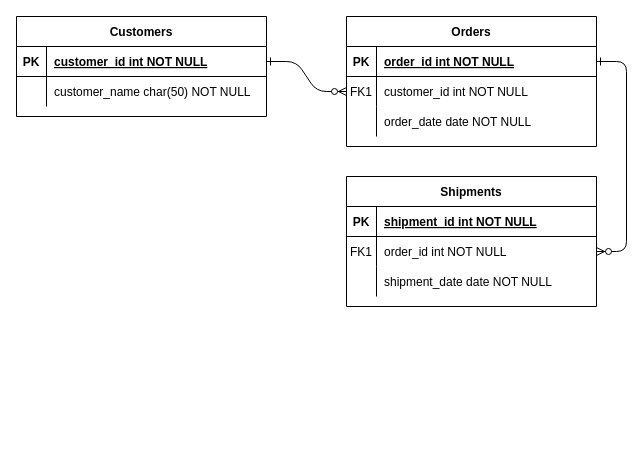
Above: 프로젝트 ERD.drawio in minyou2675/AWS_BigData_Contest (draw.io), before the change. Source tidied: cells renumbered, new cells numbered last; positions are measured from the earlier drawing's top-left corner, leaving out a move shared by most shapes. Both pictures are drawn from the tidied source at 100%, with x=0, y=0 at pixel (16, 16).
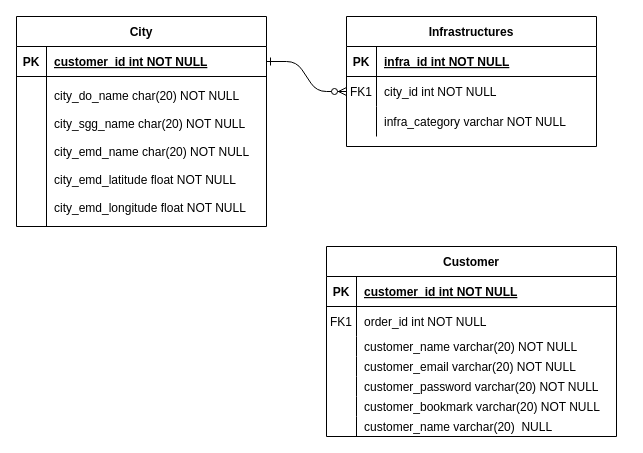
The same diagram, later.

Commit message:
프로젝트 ERD.drawio 업데이트

The change refers to these unchanged cells:
```xml
<mxCell id="5" style="shape=partialRectangle;fillColor=none;points=[[0,0.5],[1,0.5]];portConstraint=eastwest;top=0;left=0;right=0;bottom=1;" parent="4" vertex="1">
  <mxGeometry y="30" width="250" height="30" as="geometry" />
</mxCell>
<mxCell id="8" style="shape=partialRectangle;fillColor=none;points=[[0,0.5],[1,0.5]];portConstraint=eastwest;top=0;left=0;right=0;bottom=0;" parent="4" vertex="1">
  <mxGeometry y="60" width="250" height="30" as="geometry" />
</mxCell>
<mxCell id="11" style="shape=partialRectangle;fillColor=none;top=0;left=0;right=0;bottom=0;" parent="4" vertex="1">
  <mxGeometry y="90" width="250" height="30" as="geometry" />
</mxCell>
```

The edit, as a diff of the source:
```diff
@@
-    <mxCell id="3" style="edgeStyle=entityRelationEdgeStyle;endArrow=ERzeroToMany;startArrow=ERone;endFill=1;startFill=0;" parent="1" edge="1" source="5" target="18">
-      <mxGeometry relative="1" as="geometry" />
-    </mxCell>
-    <mxCell id="4" value="Orders" style="shape=table;startSize=30;childLayout=tableLayout;rowLines=0;fontStyle=1;align=center;" parent="1" vertex="1">
+    <mxCell id="4" value="Infrastructures" style="shape=table;startSize=30;childLayout=tableLayout;rowLines=0;fontStyle=1;align=center;" parent="1" vertex="1">
       <mxGeometry x="330" width="250" height="130" as="geometry" />
     </mxCell>
@@
-    <mxCell id="7" value="order_id int NOT NULL " style="shape=partialRectangle;overflow=hidden;fillColor=none;top=0;left=0;bottom=0;right=0;align=left;spacingLeft=6;fontStyle=5;" parent="5" vertex="1">
+    <mxCell id="7" value="infra_id int NOT NULL " style="shape=partialRectangle;overflow=hidden;fillColor=none;top=0;left=0;bottom=0;right=0;align=left;spacingLeft=6;fontStyle=5;" parent="5" vertex="1">
       <mxGeometry x="30" width="220" height="30" as="geometry" />
     </mxCell>
@@
-    <mxCell id="10" value="customer_id int NOT NULL" style="shape=partialRectangle;overflow=hidden;fillColor=none;top=0;left=0;bottom=0;right=0;align=left;spacingLeft=6;" parent="8" vertex="1">
+    <mxCell id="10" value="city_id int NOT NULL" style="shape=partialRectangle;overflow=hidden;fillColor=none;top=0;left=0;bottom=0;right=0;align=left;spacingLeft=6;" parent="8" vertex="1">
       <mxGeometry x="30" width="220" height="30" as="geometry" />
     </mxCell>
@@
-    <mxCell id="13" value="order_date date NOT NULL" style="shape=partialRectangle;overflow=hidden;fillColor=none;top=0;left=0;bottom=0;right=0;align=left;spacingLeft=6;" parent="11" vertex="1">
+    <mxCell id="13" value="infra_category varchar NOT NULL" style="shape=partialRectangle;overflow=hidden;fillColor=none;top=0;left=0;bottom=0;right=0;align=left;spacingLeft=6;" parent="11" vertex="1">
       <mxGeometry x="30" width="220" height="30" as="geometry" />
     </mxCell>
-    <mxCell id="14" value="Shipments" style="shape=table;startSize=30;childLayout=tableLayout;rowLines=0;fontStyle=1;align=center;" parent="1" vertex="1">
-      <mxGeometry x="330" y="160" width="250" height="130" as="geometry" />
+    <mxCell id="14" value="Customer" style="shape=table;startSize=30;childLayout=tableLayout;rowLines=0;fontStyle=1;align=center;" parent="1" vertex="1">
+      <mxGeometry x="310" y="230" width="290" height="190" as="geometry" />
     </mxCell>
     <mxCell id="15" style="shape=partialRectangle;fillColor=none;top=0;left=0;right=0;bottom=1;" parent="14" vertex="1">
-      <mxGeometry y="30" width="250" height="30" as="geometry" />
+      <mxGeometry y="30" width="290" height="30" as="geometry" />
     </mxCell>
@@
-    <mxCell id="17" value="shipment_id int NOT NULL " style="shape=partialRectangle;overflow=hidden;fillColor=none;top=0;left=0;bottom=0;right=0;align=left;spacingLeft=6;fontStyle=5;" parent="15" vertex="1">
-      <mxGeometry x="30" width="220" height="30" as="geometry" />
+    <mxCell id="17" value="customer_id int NOT NULL " style="shape=partialRectangle;overflow=hidden;fillColor=none;top=0;left=0;bottom=0;right=0;align=left;spacingLeft=6;fontStyle=5;" parent="15" vertex="1">
+      <mxGeometry x="30" width="260" height="30" as="geometry" />
     </mxCell>
     <mxCell id="18" style="shape=partialRectangle;fillColor=none;points=[[0,0.5],[1,0.5]];portConstraint=eastwest;top=0;left=0;right=0;bottom=0;" parent="14" vertex="1">
-      <mxGeometry y="60" width="250" height="30" as="geometry" />
+      <mxGeometry y="60" width="290" height="30" as="geometry" />
     </mxCell>
@@
     <mxCell id="20" value="order_id int NOT NULL" style="shape=partialRectangle;overflow=hidden;fillColor=none;top=0;left=0;bottom=0;right=0;align=left;spacingLeft=6;" parent="18" vertex="1">
-      <mxGeometry x="30" width="220" height="30" as="geometry" />
+      <mxGeometry x="30" width="260" height="30" as="geometry" />
     </mxCell>
     <mxCell id="21" style="shape=partialRectangle;fillColor=none;top=0;left=0;right=0;bottom=0;" parent="14" vertex="1">
-      <mxGeometry y="90" width="250" height="30" as="geometry" />
+      <mxGeometry y="90" width="290" height="20" as="geometry" />
     </mxCell>
     <mxCell id="22" style="shape=partialRectangle;overflow=hidden;fillColor=none;top=0;left=0;bottom=0;right=0;" parent="21" vertex="1">
-      <mxGeometry width="30" height="30" as="geometry" />
+      <mxGeometry width="30" height="20" as="geometry" />
     </mxCell>
-    <mxCell id="23" value="shipment_date date NOT NULL" style="shape=partialRectangle;overflow=hidden;fillColor=none;top=0;left=0;bottom=0;right=0;align=left;spacingLeft=6;" parent="21" vertex="1">
-      <mxGeometry x="30" width="220" height="30" as="geometry" />
+    <mxCell id="23" value="customer_name varchar(20) NOT NULL" style="shape=partialRectangle;overflow=hidden;fillColor=none;top=0;left=0;bottom=0;right=0;align=left;spacingLeft=6;" parent="21" vertex="1">
+      <mxGeometry x="30" width="260" height="20" as="geometry" />
     </mxCell>
+    <mxCell id="31" style="shape=partialRectangle;fillColor=none;top=0;left=0;right=0;bottom=0;" parent="14" vertex="1">
+      <mxGeometry y="110" width="290" height="20" as="geometry" />
+    </mxCell>
+    <mxCell id="32" style="shape=partialRectangle;overflow=hidden;fillColor=none;top=0;left=0;bottom=0;right=0;" parent="31" vertex="1">
+      <mxGeometry width="30" height="20" as="geometry" />
+    </mxCell>
+    <mxCell id="33" value="customer_email varchar(20) NOT NULL" style="shape=partialRectangle;overflow=hidden;fillColor=none;top=0;left=0;bottom=0;right=0;align=left;spacingLeft=6;" parent="31" vertex="1">
+      <mxGeometry x="30" width="260" height="20" as="geometry" />
+    </mxCell>
+    <mxCell id="34" style="shape=partialRectangle;fillColor=none;top=0;left=0;right=0;bottom=0;" parent="14" vertex="1">
+      <mxGeometry y="130" width="290" height="20" as="geometry" />
+    </mxCell>
+    <mxCell id="35" style="shape=partialRectangle;overflow=hidden;fillColor=none;top=0;left=0;bottom=0;right=0;" parent="34" vertex="1">
+      <mxGeometry width="30" height="20" as="geometry" />
+    </mxCell>
+    <mxCell id="36" value="customer_password varchar(20) NOT NULL" style="shape=partialRectangle;overflow=hidden;fillColor=none;top=0;left=0;bottom=0;right=0;align=left;spacingLeft=6;" parent="34" vertex="1">
+      <mxGeometry x="30" width="260" height="20" as="geometry" />
+    </mxCell>
+    <mxCell id="37" style="shape=partialRectangle;fillColor=none;top=0;left=0;right=0;bottom=0;" parent="14" vertex="1">
+      <mxGeometry y="150" width="290" height="20" as="geometry" />
+    </mxCell>
+    <mxCell id="38" style="shape=partialRectangle;overflow=hidden;fillColor=none;top=0;left=0;bottom=0;right=0;" parent="37" vertex="1">
+      <mxGeometry width="30" height="20" as="geometry" />
+    </mxCell>
+    <mxCell id="39" value="customer_bookmark varchar(20) NOT NULL" style="shape=partialRectangle;overflow=hidden;fillColor=none;top=0;left=0;bottom=0;right=0;align=left;spacingLeft=6;" parent="37" vertex="1">
+      <mxGeometry x="30" width="260" height="20" as="geometry" />
+    </mxCell>
+    <mxCell id="40" style="shape=partialRectangle;fillColor=none;top=0;left=0;right=0;bottom=0;" parent="14" vertex="1">
+      <mxGeometry y="170" width="290" height="20" as="geometry" />
+    </mxCell>
+    <mxCell id="41" style="shape=partialRectangle;overflow=hidden;fillColor=none;top=0;left=0;bottom=0;right=0;" parent="40" vertex="1">
+      <mxGeometry width="30" height="20" as="geometry" />
+    </mxCell>
+    <mxCell id="42" value="customer_name varchar(20)  NULL" style="shape=partialRectangle;overflow=hidden;fillColor=none;top=0;left=0;bottom=0;right=0;align=left;spacingLeft=6;" parent="40" vertex="1">
+      <mxGeometry x="30" width="260" height="20" as="geometry" />
+    </mxCell>
-    <mxCell id="24" value="Customers" style="shape=table;startSize=30;childLayout=tableLayout;rowLines=0;fontStyle=1;align=center;" parent="1" vertex="1">
-      <mxGeometry width="250" height="100" as="geometry" />
+    <mxCell id="24" value="City" style="shape=table;startSize=30;childLayout=tableLayout;rowLines=0;fontStyle=1;align=center;" parent="1" vertex="1">
+      <mxGeometry width="250" height="210" as="geometry" />
     </mxCell>
@@
     <mxCell id="28" style="shape=partialRectangle;fillColor=none;top=0;left=0;right=0;bottom=0;" parent="24" vertex="1">
-      <mxGeometry y="60" width="250" height="30" as="geometry" />
+      <mxGeometry y="60" width="250" height="150" as="geometry" />
     </mxCell>
     <mxCell id="29" style="shape=partialRectangle;overflow=hidden;fillColor=none;top=0;left=0;bottom=0;right=0;" parent="28" vertex="1">
-      <mxGeometry width="30" height="30" as="geometry" />
+      <mxGeometry width="30" height="150" as="geometry" />
     </mxCell>
-    <mxCell id="30" value="customer_name char(50) NOT NULL" style="shape=partialRectangle;overflow=hidden;fillColor=none;top=0;left=0;bottom=0;right=0;align=left;spacingLeft=6;" parent="28" vertex="1">
-      <mxGeometry x="30" width="220" height="30" as="geometry" />
+    <mxCell id="30" value="city_do_name char(20) NOT NULL&#10; &#10;city_sgg_name char(20) NOT NULL&#10;&#10;city_emd_name char(20) NOT NULL&#10;&#10;city_emd_latitude float NOT NULL&#10;&#10;city_emd_longitude float NOT NULL" style="shape=partialRectangle;overflow=hidden;fillColor=none;top=0;left=0;bottom=0;right=0;align=left;spacingLeft=6;" parent="28" vertex="1">
+      <mxGeometry x="30" width="220" height="150" as="geometry" />
     </mxCell>
```
